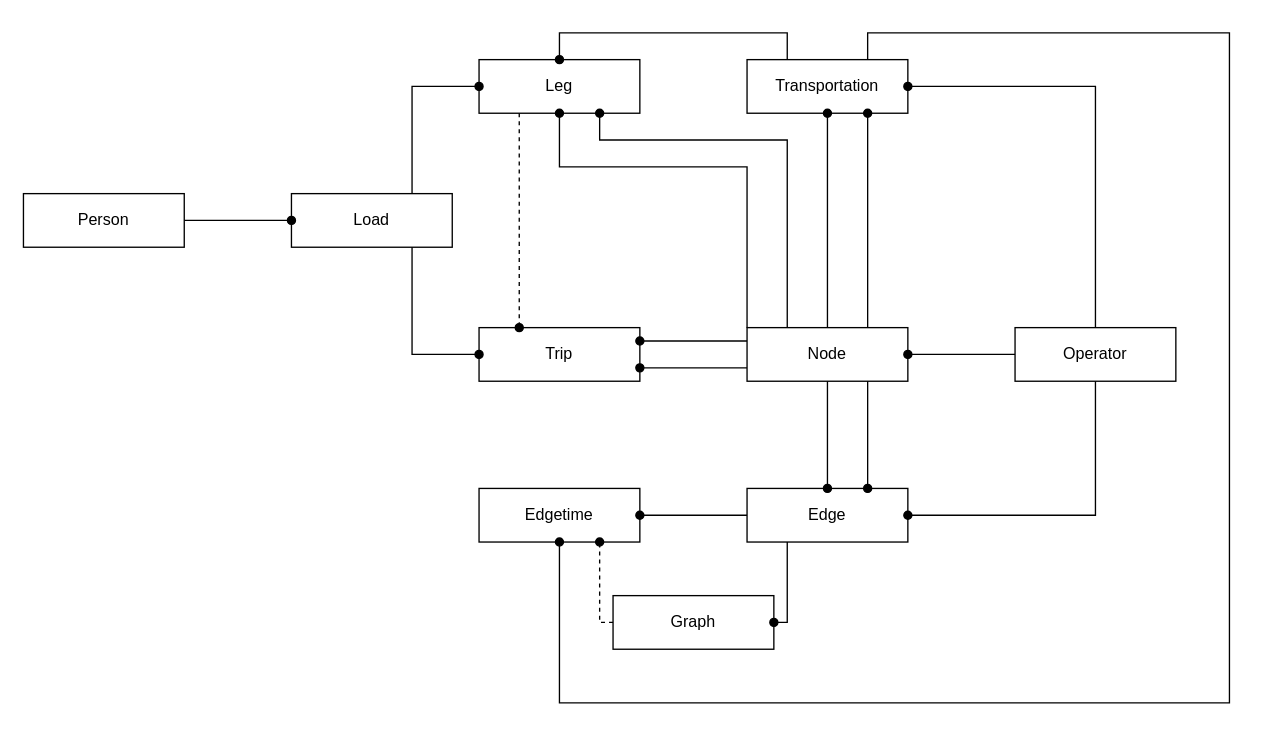
MaaSTechJapan/seemaas-docs keeps this draw.io diagram as page "class_node" (1 of 2) of traiire/images/data_structure.drawio. Above is the earlier version. Source tidied: cells renumbered, new cells numbered last; positions are measured from the earlier drawing's top-left corner, leaving out a move shared by most shapes. Both pictures are drawn from the tidied source at 134%, with x=0, y=0 at pixel (23, 32).
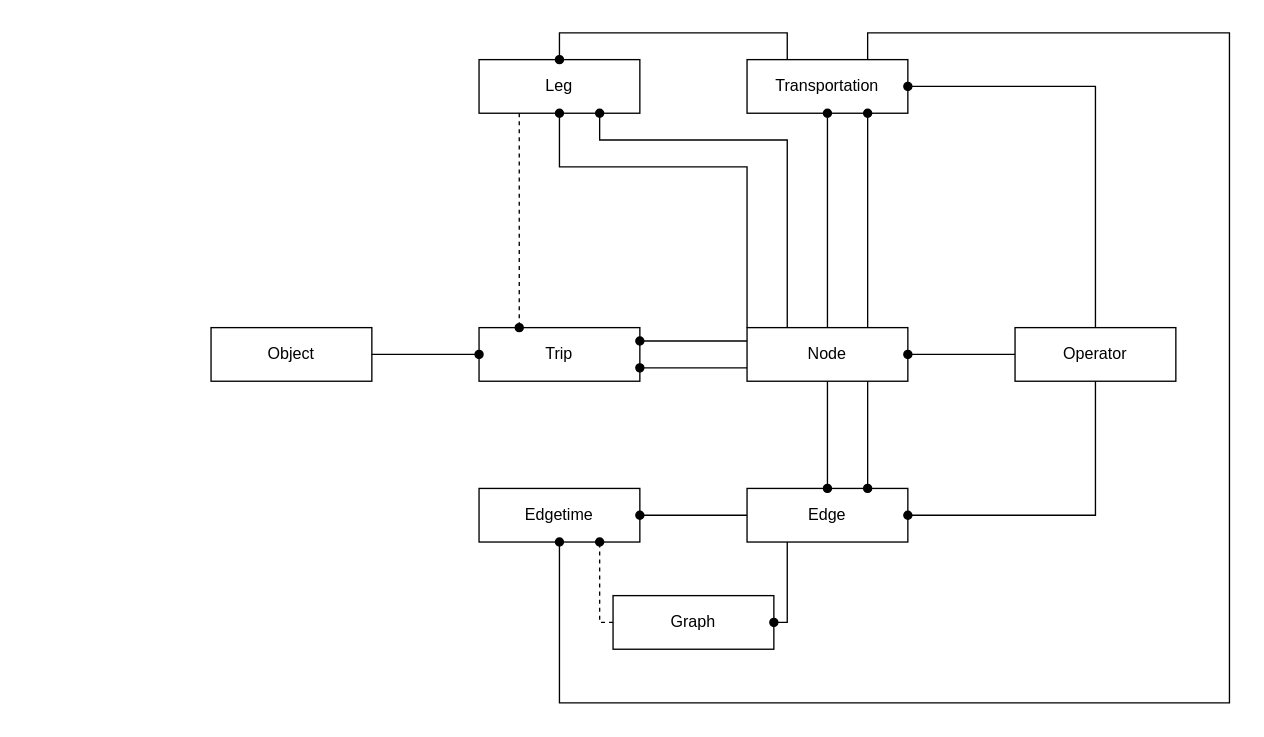
The same diagram, later.

The change refers to these unchanged cells:
```xml
<mxCell id="23" value="&lt;font color=&quot;#000000&quot;&gt;Leg&lt;/font&gt;" style="rounded=0;whiteSpace=wrap;html=1;shadow=0;fillColor=none;strokeColor=#000000;" parent="1" vertex="1">
  <mxGeometry x="340" y="20" width="120" height="40" as="geometry" />
</mxCell>
<mxCell id="24" value="&lt;font color=&quot;#000000&quot;&gt;Trip&lt;/font&gt;" style="rounded=0;whiteSpace=wrap;html=1;shadow=0;fillColor=none;strokeColor=#000000;" parent="1" vertex="1">
  <mxGeometry x="340" y="220" width="120" height="40" as="geometry" />
</mxCell>
```

What changed in the source:
```diff
@@
-    <mxCell id="25" style="edgeStyle=orthogonalEdgeStyle;rounded=0;jettySize=auto;html=1;exitX=0.75;exitY=1;exitDx=0;exitDy=0;entryX=0;entryY=0.5;entryDx=0;entryDy=0;strokeColor=#000000;endArrow=oval;endFill=1;" parent="1" edge="1" source="27" target="24">
-      <mxGeometry relative="1" as="geometry" />
-    </mxCell>
-    <mxCell id="26" style="edgeStyle=orthogonalEdgeStyle;rounded=0;jettySize=auto;html=1;exitX=0.75;exitY=0;exitDx=0;exitDy=0;entryX=0;entryY=0.5;entryDx=0;entryDy=0;endArrow=oval;endFill=1;strokeColor=#000000;" parent="1" edge="1" source="27" target="23">
-      <mxGeometry relative="1" as="geometry" />
-    </mxCell>
-    <mxCell id="27" value="&lt;font color=&quot;#000000&quot;&gt;Load&lt;/font&gt;" style="rounded=0;whiteSpace=wrap;html=1;shadow=0;fillColor=none;strokeColor=#000000;" parent="1" vertex="1">
-      <mxGeometry x="200" y="120" width="120" height="40" as="geometry" />
-    </mxCell>
-    <mxCell id="28" style="edgeStyle=orthogonalEdgeStyle;rounded=0;jettySize=auto;html=1;exitX=1;exitY=0.5;exitDx=0;exitDy=0;entryX=0;entryY=0.5;entryDx=0;entryDy=0;strokeColor=#000000;endArrow=oval;endFill=1;" parent="1" edge="1" source="29" target="27">
-      <mxGeometry relative="1" as="geometry" />
-    </mxCell>
+    <mxCell id="32" style="edgeStyle=orthogonalEdgeStyle;rounded=0;jettySize=auto;html=1;exitX=1;exitY=0.5;exitDx=0;exitDy=0;entryX=0;entryY=0.5;entryDx=0;entryDy=0;endArrow=oval;endFill=1;strokeColor=#000000;" parent="1" edge="1" source="29" target="24">
+      <mxGeometry relative="1" as="geometry" />
+    </mxCell>
-    <mxCell id="29" value="&lt;font color=&quot;#000000&quot;&gt;Person&lt;/font&gt;" style="rounded=0;whiteSpace=wrap;html=1;shadow=0;fillColor=none;strokeColor=#000000;" parent="1" vertex="1">
-      <mxGeometry y="120" width="120" height="40" as="geometry" />
+    <mxCell id="29" value="&lt;font color=&quot;#000000&quot;&gt;Object&lt;/font&gt;" style="rounded=0;whiteSpace=wrap;html=1;shadow=0;fillColor=none;strokeColor=#000000;" parent="1" vertex="1">
+      <mxGeometry x="140" y="220" width="120" height="40" as="geometry" />
     </mxCell>
```
